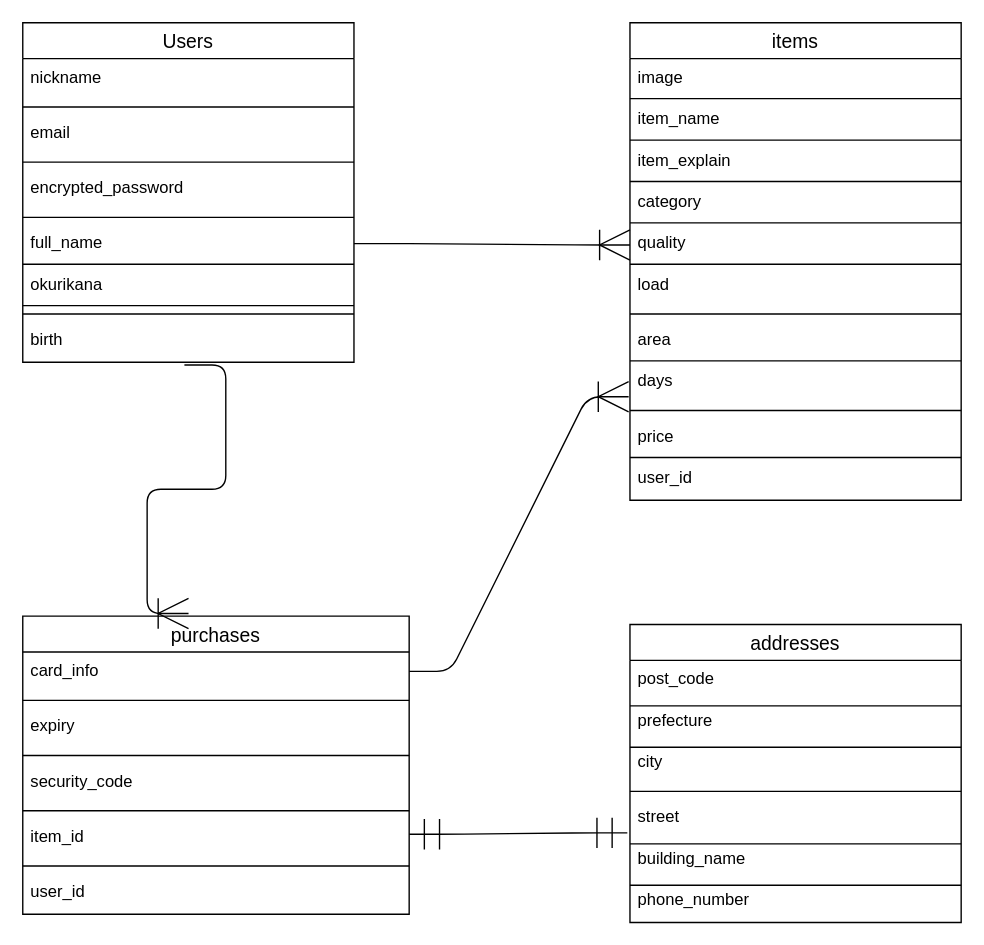
Earlier version of the draw.io diagram test.dio (kazuhiro-tsuchiya/furima-36951). Source tidied: cells renumbered, new cells numbered last; positions are measured from the earlier drawing's top-left corner, leaving out a move shared by most shapes. Both pictures are drawn from the tidied source at 138%, with x=0, y=0 at pixel (22, 22).
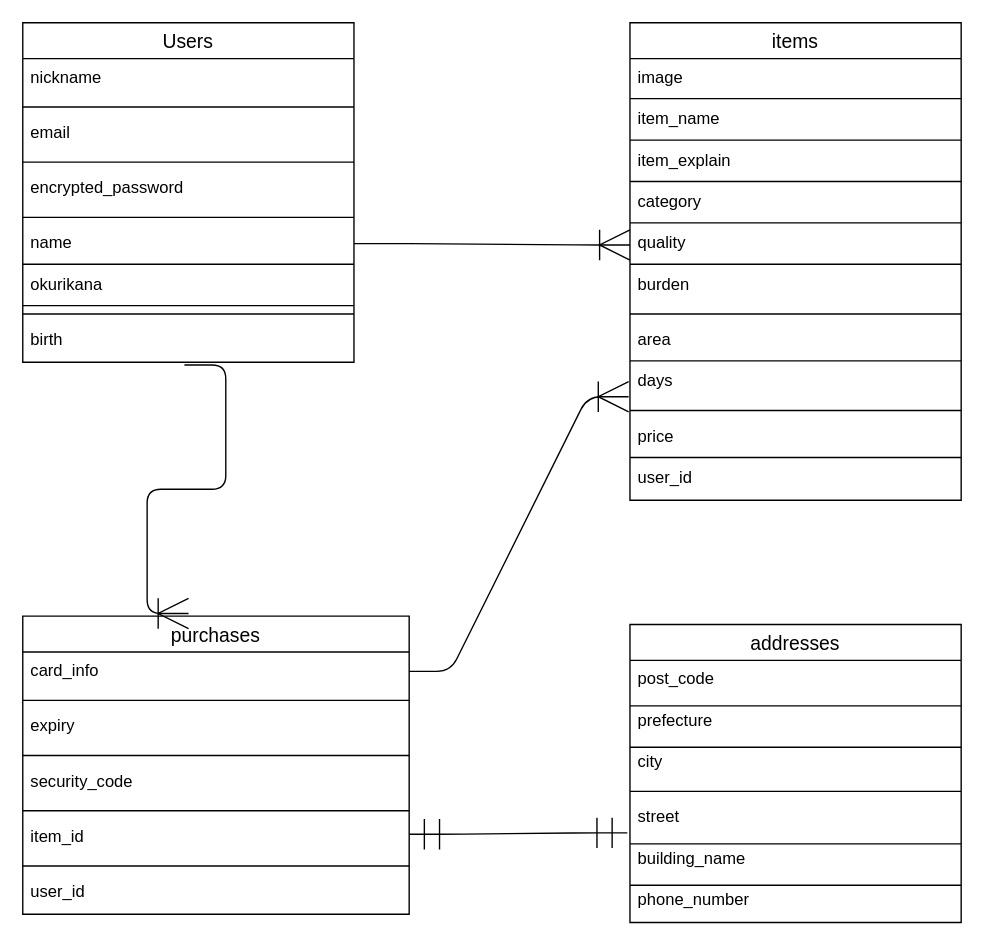
The same diagram, later.

Unchanged cells that the change refers to:
```xml
<mxCell id="2" value="Users" style="swimlane;fontStyle=0;horizontal=1;startSize=26;align=center;fontSize=14;" parent="1" vertex="1">
  <mxGeometry width="240" height="246" as="geometry" />
</mxCell>
<mxCell id="13" value="items" style="swimlane;fontStyle=0;horizontal=1;startSize=26;align=center;fontSize=14;" parent="1" vertex="1">
  <mxGeometry x="440" width="240" height="346" as="geometry" />
</mxCell>
```

The edit, as a diff of the source:
```diff
@@
-    <mxCell id="9" value="full_name" style="text;strokeColor=none;fillColor=none;spacingLeft=4;spacingRight=4;overflow=hidden;fontSize=12;" parent="2" vertex="1">
+    <mxCell id="9" value="name" style="text;strokeColor=none;fillColor=none;spacingLeft=4;spacingRight=4;overflow=hidden;fontSize=12;" parent="2" vertex="1">
       <mxGeometry y="146" width="240" height="30" as="geometry" />
     </mxCell>
@@
-    <mxCell id="19" value="load" style="text;strokeColor=none;fillColor=none;spacingLeft=4;spacingRight=4;overflow=hidden;fontSize=12;" parent="13" vertex="1">
+    <mxCell id="19" value="burden" style="text;strokeColor=none;fillColor=none;spacingLeft=4;spacingRight=4;overflow=hidden;fontSize=12;" parent="13" vertex="1">
       <mxGeometry y="176" width="240" height="30" as="geometry" />
     </mxCell>
```
